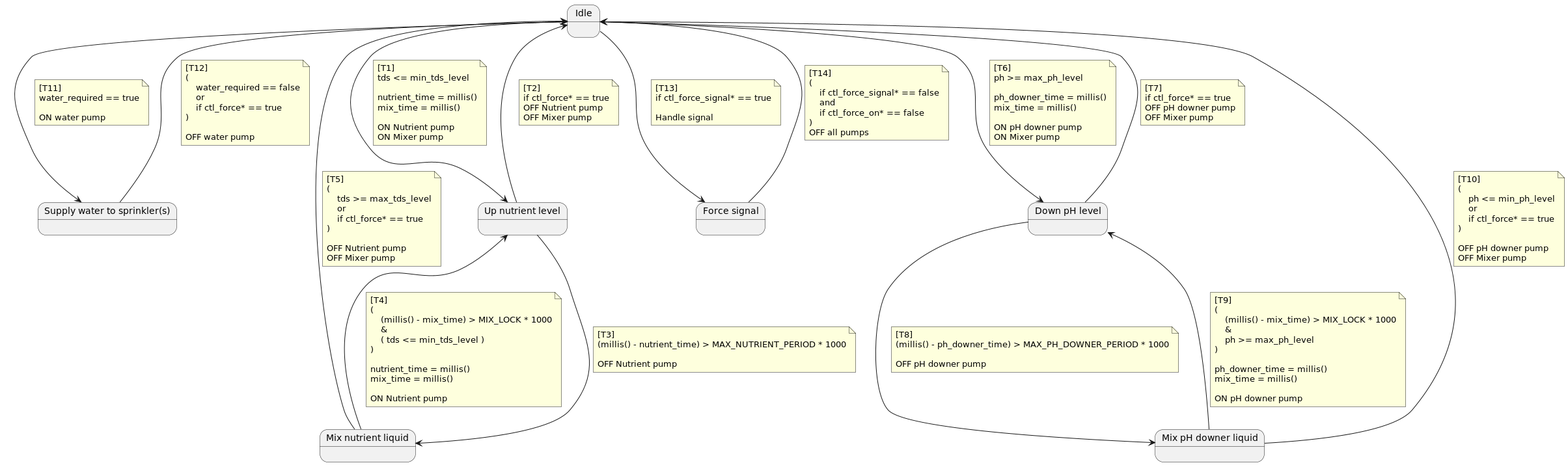
The PlantUML diagram water/docs/finite_state_machine.png in One-Green/iot-edge-agent, before a commit.
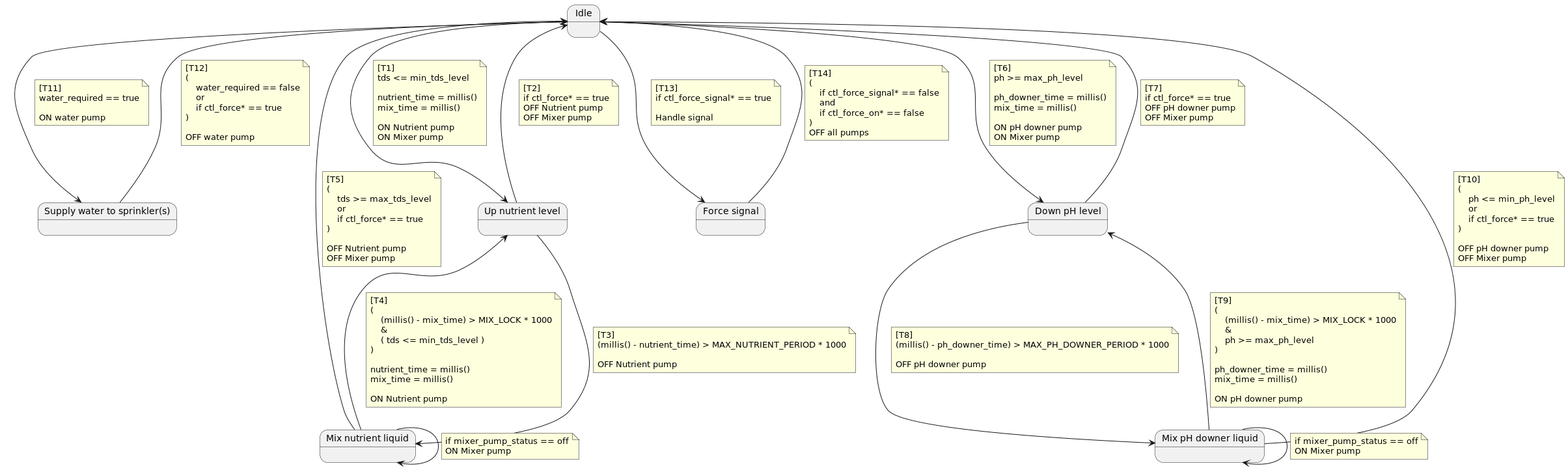
After the change.

Commit message:
feat(water/doc/finite_state_machine.png): update state

The edit, as a diff of the source:
```diff
@@ -66,6 +66,13 @@
         OFF Mixer pump
     end note
 
+MIX_NUTRIENT_LIQUID --> MIX_NUTRIENT_LIQUID
+    note on link
+        if mixer_pump_status == off
+        ON Mixer pump
+    end note
+
+
 
 IDLE --> DOWN_PH_LEVEL
     note on link
@@ -124,6 +131,14 @@
         OFF Mixer pump
     end note
 
+
+MIX_PH_DOWNER_LIQUID --> MIX_PH_DOWNER_LIQUID
+    note on link
+        if mixer_pump_status == off
+        ON Mixer pump
+    end note
+
+
 IDLE --> WATER_PUMP_ON
     note on link
         [T11]
```
